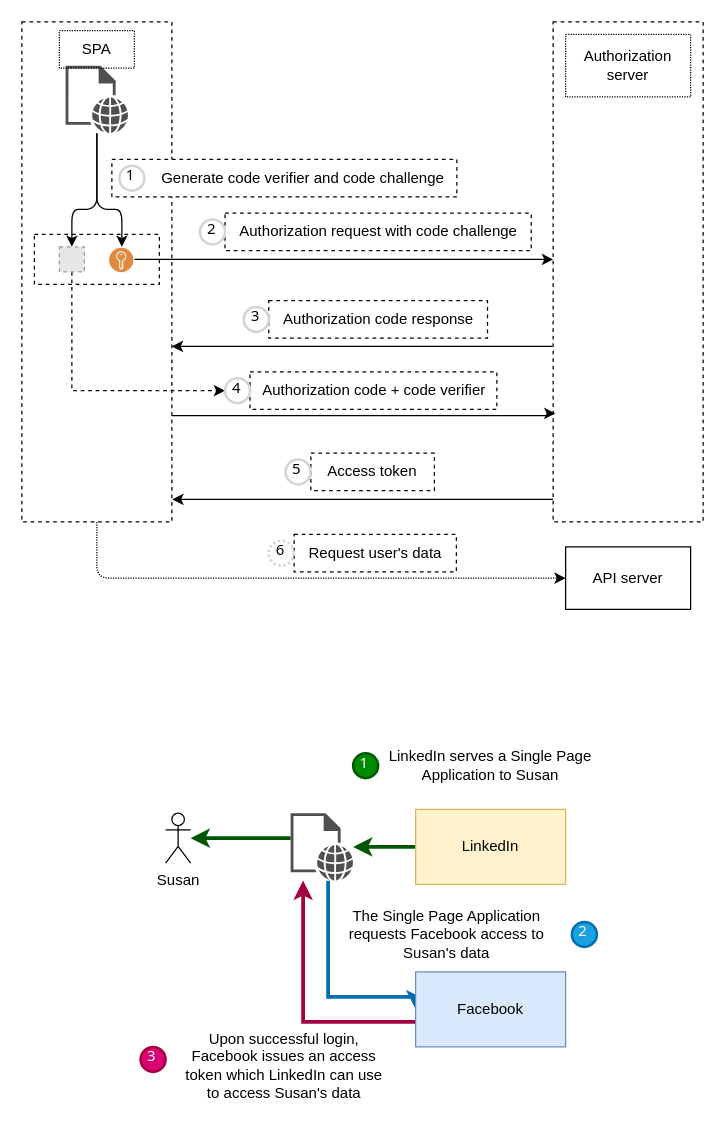
The draw.io diagram page "11.3" (3 of 13) of ch11.drawio in abunuwas/microservices-apis-img, before the edit. Source tidied: cells renumbered, new cells numbered last; positions are measured from the earlier drawing's top-left corner, leaving out a move shared by most shapes. Both pictures are drawn from the tidied source at 125%, with x=0, y=0 at pixel (21, 21). Pictures stored in the file or linked from it are replaced by grey dashed boxes.
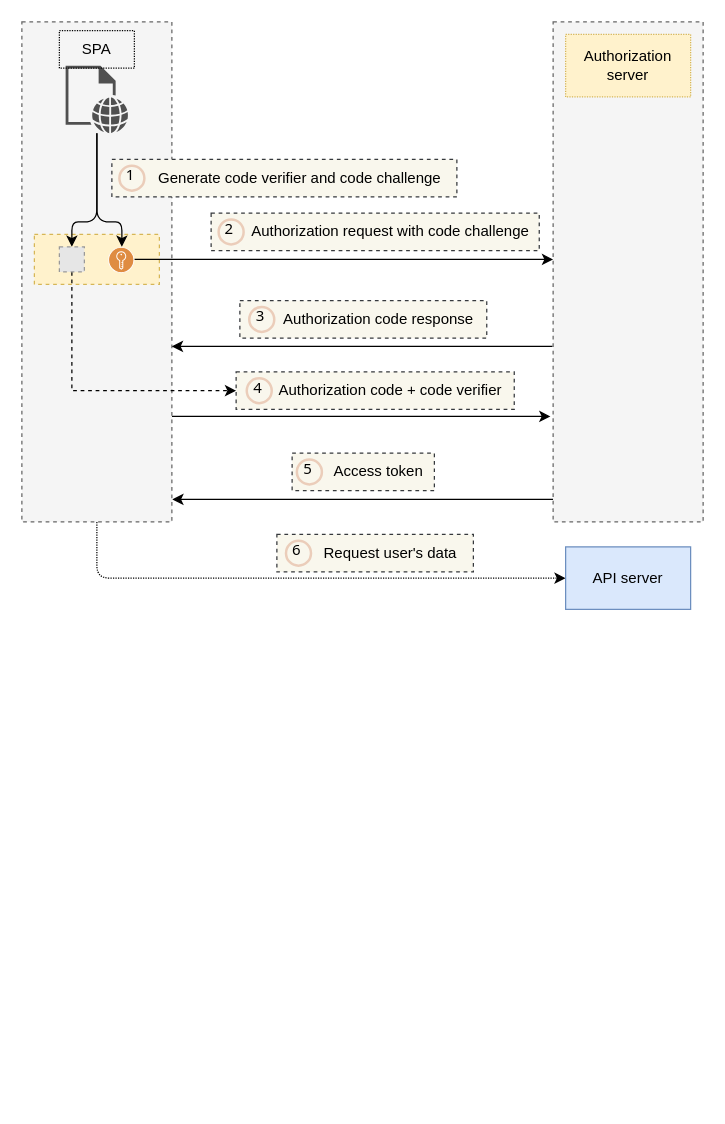
After the change.

Unchanged cells that the change refers to:
```xml
<mxCell id="24" style="sketch=0;shadow=0;dashed=0;html=1;strokeColor=none;fillColor=#505050;labelPosition=center;verticalLabelPosition=bottom;verticalAlign=top;outlineConnect=0;align=center;shape=mxgraph.office.concepts.web_page;" parent="1" vertex="1">
  <mxGeometry x="35" y="35" width="50" height="54" as="geometry" />
</mxCell>
<mxCell id="29" style="sketch=0;shadow=0;dashed=0;html=1;strokeColor=none;fillColor=#DF8C42;labelPosition=center;verticalLabelPosition=bottom;verticalAlign=top;align=center;outlineConnect=0;shape=mxgraph.veeam2.encrypted;" parent="1" vertex="1">
  <mxGeometry x="69" y="180" width="21" height="21" as="geometry" />
</mxCell>
<mxCell id="31" style="fillColor=#E6E6E6;strokeColor=#999999;dashed=1;html=1;verticalAlign=top;verticalLabelPosition=bottom;labelBackgroundColor=#ffffff;" parent="1" vertex="1">
  <mxGeometry x="30" y="180" width="20" height="20" as="geometry" />
</mxCell>
```

The edit, as a diff of the source:
```diff
@@
-    <mxCell id="3" style="rounded=0;whiteSpace=wrap;html=1;strokeColor=default;dashed=1;" parent="1" vertex="1">
+    <mxCell id="3" style="rounded=0;whiteSpace=wrap;html=1;strokeColor=#666666;dashed=1;fillColor=#f5f5f5;fontColor=#333333;" parent="1" vertex="1">
       <mxGeometry x="425" width="120" height="400" as="geometry" />
     </mxCell>
+    <mxCell id="5" style="edgeStyle=orthogonalEdgeStyle;rounded=1;jettySize=auto;html=1;entryX=0;entryY=0.5;entryDx=0;entryDy=0;dashed=1;dashPattern=1 1;" parent="1" edge="1" source="6" target="27">
+      <mxGeometry relative="1" as="geometry">
+        <Array as="points">
+          <mxPoint x="60" y="445" />
+        </Array>
+      </mxGeometry>
+    </mxCell>
-    <mxCell id="4" style="edgeStyle=orthogonalEdgeStyle;rounded=0;jettySize=auto;html=1;entryX=0.015;entryY=0.783;entryDx=0;entryDy=0;entryPerimeter=0;" parent="1" edge="1" source="6" target="3">
+    <mxCell id="4" style="edgeStyle=orthogonalEdgeStyle;rounded=1;jettySize=auto;html=1;entryX=-0.018;entryY=0.789;entryDx=0;entryDy=0;entryPerimeter=0;" parent="1" edge="1" source="6" target="3">
       <mxGeometry relative="1" as="geometry">
         <Array as="points">
-          <mxPoint x="421" y="315" />
-          <mxPoint x="421" y="313" />
+          <mxPoint x="272" y="316" />
         </Array>
       </mxGeometry>
     </mxCell>
-    <mxCell id="5" style="edgeStyle=orthogonalEdgeStyle;rounded=1;jettySize=auto;html=1;entryX=0;entryY=0.5;entryDx=0;entryDy=0;dashed=1;dashPattern=1 1;" parent="1" edge="1" source="6" target="27">
-      <mxGeometry relative="1" as="geometry">
-        <Array as="points">
-          <mxPoint x="60" y="445" />
-        </Array>
-      </mxGeometry>
-    </mxCell>
-    <mxCell id="6" style="rounded=0;whiteSpace=wrap;html=1;strokeColor=default;dashed=1;" parent="1" vertex="1">
+    <mxCell id="6" style="rounded=0;whiteSpace=wrap;html=1;strokeColor=#666666;dashed=1;fillColor=#f5f5f5;fontColor=#333333;" parent="1" vertex="1">
       <mxGeometry width="120" height="400" as="geometry" />
     </mxCell>
-    <mxCell id="7" style="rounded=0;whiteSpace=wrap;html=1;dashed=1;" parent="1" vertex="1">
+    <mxCell id="7" style="rounded=0;whiteSpace=wrap;html=1;dashed=1;fillColor=#fff2cc;strokeColor=#d6b656;" parent="1" vertex="1">
       <mxGeometry x="10" y="170" width="100" height="40" as="geometry" />
     </mxCell>
-    <mxCell id="8" value="Susan" style="shape=umlActor;verticalLabelPosition=bottom;verticalAlign=top;html=1;outlineConnect=0;" parent="1" vertex="1">
-      <mxGeometry x="115" y="633" width="20" height="40" as="geometry" />
-    </mxCell>
-    <mxCell id="9" style="edgeStyle=orthogonalEdgeStyle;rounded=0;jettySize=auto;html=1;strokeWidth=3;fillColor=#008a00;strokeColor=#005700;" parent="1" edge="1" source="10" target="13">
-      <mxGeometry relative="1" as="geometry" />
-    </mxCell>
-    <mxCell id="10" value="LinkedIn" style="rounded=0;whiteSpace=wrap;html=1;fillColor=#fff2cc;strokeColor=#d6b656;" parent="1" vertex="1">
-      <mxGeometry x="315" y="630" width="120" height="60" as="geometry" />
-    </mxCell>
-    <mxCell id="11" style="edgeStyle=orthogonalEdgeStyle;rounded=0;jettySize=auto;html=1;entryX=0;entryY=0.5;entryDx=0;entryDy=0;strokeWidth=3;fillColor=#1ba1e2;strokeColor=#006EAF;" parent="1" edge="1" source="13" target="15">
-      <mxGeometry relative="1" as="geometry">
-        <Array as="points">
-          <mxPoint x="245" y="780" />
-          <mxPoint x="315" y="780" />
-        </Array>
-      </mxGeometry>
-    </mxCell>
-    <mxCell id="12" style="edgeStyle=orthogonalEdgeStyle;rounded=0;jettySize=auto;html=1;strokeWidth=3;fillColor=#008a00;strokeColor=#005700;" parent="1" edge="1" source="13" target="8">
-      <mxGeometry relative="1" as="geometry">
-        <Array as="points">
-          <mxPoint x="195" y="653" />
-          <mxPoint x="195" y="653" />
-        </Array>
-      </mxGeometry>
-    </mxCell>
-    <mxCell id="13" style="sketch=0;shadow=0;dashed=0;html=1;strokeColor=none;fillColor=#505050;labelPosition=center;verticalLabelPosition=bottom;verticalAlign=top;outlineConnect=0;align=center;shape=mxgraph.office.concepts.web_page;" parent="1" vertex="1">
-      <mxGeometry x="215" y="633" width="50" height="54" as="geometry" />
-    </mxCell>
-    <mxCell id="14" style="edgeStyle=orthogonalEdgeStyle;rounded=0;jettySize=auto;html=1;strokeWidth=3;fillColor=#d80073;strokeColor=#A50040;" parent="1" edge="1" source="15" target="13">
-      <mxGeometry relative="1" as="geometry">
-        <Array as="points">
-          <mxPoint x="225" y="800" />
-        </Array>
-      </mxGeometry>
-    </mxCell>
-    <mxCell id="15" value="Facebook" style="rounded=0;whiteSpace=wrap;html=1;fillColor=#dae8fc;strokeColor=#6c8ebf;" parent="1" vertex="1">
-      <mxGeometry x="315" y="760" width="120" height="60" as="geometry" />
-    </mxCell>
-    <mxCell id="16" value="LinkedIn serves a Single Page Application to Susan" style="text;html=1;strokeColor=none;fillColor=none;align=center;verticalAlign=middle;whiteSpace=wrap;rounded=0;" parent="1" vertex="1">
-      <mxGeometry x="290" y="580" width="170" height="30" as="geometry" />
-    </mxCell>
-    <mxCell id="17" value="The Single Page Application requests Facebook access to Susan's data" style="text;html=1;strokeColor=none;fillColor=none;align=center;verticalAlign=middle;whiteSpace=wrap;rounded=0;" parent="1" vertex="1">
-      <mxGeometry x="255" y="715" width="170" height="30" as="geometry" />
-    </mxCell>
-    <mxCell id="18" value="Upon successful login, Facebook issues an access token which LinkedIn can use to access Susan's data" style="text;html=1;strokeColor=none;fillColor=none;align=center;verticalAlign=middle;whiteSpace=wrap;rounded=0;" parent="1" vertex="1">
-      <mxGeometry x="125" y="820" width="170" height="30" as="geometry" />
-    </mxCell>
-    <mxCell id="19" value="1" style="ellipse;whiteSpace=wrap;html=1;strokeWidth=2;fontFamily=Tahoma;spacingBottom=4;spacingRight=2;strokeColor=#005700;fillColor=#008a00;fontColor=#ffffff;" parent="1" vertex="1">
-      <mxGeometry x="265" y="585" width="20" height="20" as="geometry" />
-    </mxCell>
-    <mxCell id="20" value="2" style="ellipse;whiteSpace=wrap;html=1;strokeWidth=2;fontFamily=Tahoma;spacingBottom=4;spacingRight=2;strokeColor=#006EAF;fillColor=#1ba1e2;fontColor=#ffffff;" parent="1" vertex="1">
-      <mxGeometry x="440" y="720" width="20" height="20" as="geometry" />
-    </mxCell>
-    <mxCell id="21" value="3" style="ellipse;whiteSpace=wrap;html=1;strokeWidth=2;fontFamily=Tahoma;spacingBottom=4;spacingRight=2;strokeColor=#A50040;fillColor=#d80073;fontColor=#ffffff;" parent="1" vertex="1">
-      <mxGeometry x="95" y="820" width="20" height="20" as="geometry" />
-    </mxCell>
     <mxCell id="22" style="edgeStyle=orthogonalEdgeStyle;rounded=1;jettySize=auto;html=1;" parent="1" edge="1" source="24" target="31">
       <mxGeometry relative="1" as="geometry">
         <Array as="points">
-          <mxPoint x="60" y="150" />
-          <mxPoint x="40" y="150" />
+          <mxPoint x="60" y="160" />
+          <mxPoint x="40" y="160" />
         </Array>
       </mxGeometry>
     </mxCell>
     <mxCell id="23" style="edgeStyle=orthogonalEdgeStyle;rounded=1;jettySize=auto;html=1;" parent="1" edge="1" source="24" target="29">
       <mxGeometry relative="1" as="geometry">
         <Array as="points">
-          <mxPoint x="60" y="150" />
-          <mxPoint x="80" y="150" />
+          <mxPoint x="60" y="160" />
+          <mxPoint x="80" y="160" />
         </Array>
       </mxGeometry>
     </mxCell>
@@
-    <mxCell id="26" value="Authorization server" style="rounded=0;whiteSpace=wrap;html=1;dashed=1;dashPattern=1 1;" parent="1" vertex="1">
+    <mxCell id="26" value="Authorization server" style="rounded=0;whiteSpace=wrap;html=1;dashed=1;dashPattern=1 1;fillColor=#fff2cc;strokeColor=#d6b656;" parent="1" vertex="1">
       <mxGeometry x="435" y="10" width="100" height="50" as="geometry" />
     </mxCell>
-    <mxCell id="27" value="API server" style="rounded=0;whiteSpace=wrap;html=1;" parent="1" vertex="1">
+    <mxCell id="27" value="API server" style="rounded=0;whiteSpace=wrap;html=1;fillColor=#dae8fc;strokeColor=#6c8ebf;" parent="1" vertex="1">
       <mxGeometry x="435" y="420" width="100" height="50" as="geometry" />
     </mxCell>
@@
-    <mxCell id="30" style="edgeStyle=orthogonalEdgeStyle;rounded=0;jettySize=auto;html=1;entryX=0;entryY=0.5;entryDx=0;entryDy=0;dashed=1;" parent="1" edge="1" source="31" target="40">
+    <mxCell id="30" style="edgeStyle=orthogonalEdgeStyle;rounded=0;jettySize=auto;html=1;entryX=0;entryY=0.5;entryDx=0;entryDy=0;dashed=1;" parent="1" edge="1" source="31" target="39">
       <mxGeometry relative="1" as="geometry">
         <Array as="points">
           <mxPoint x="40" y="295" />
         </Array>
       </mxGeometry>
     </mxCell>
@@
-    <mxCell id="33" value="Generate code verifier and code challenge" style="text;html=1;strokeColor=default;fillColor=default;align=center;verticalAlign=middle;whiteSpace=wrap;rounded=0;dashed=1;spacingLeft=30;" parent="1" vertex="1">
+    <mxCell id="33" value="Generate code verifier and code challenge" style="text;html=1;strokeColor=#36393d;fillColor=#f9f7ed;align=center;verticalAlign=middle;whiteSpace=wrap;rounded=0;dashed=1;spacingLeft=25;" parent="1" vertex="1">
       <mxGeometry x="72" y="110" width="276" height="30" as="geometry" />
     </mxCell>
-    <mxCell id="34" value="1" style="ellipse;whiteSpace=wrap;html=1;strokeWidth=2;fontFamily=Tahoma;spacingBottom=4;spacingRight=2;strokeColor=#d3d3d3;" parent="1" vertex="1">
+    <mxCell id="34" value="1" style="ellipse;whiteSpace=wrap;html=1;strokeWidth=2;fontFamily=Tahoma;spacingBottom=4;spacingRight=2;strokeColor=#EBCDBA;fillColor=#f9f7ed;" parent="1" vertex="1">
       <mxGeometry x="78" y="115" width="20" height="20" as="geometry" />
     </mxCell>
-    <mxCell id="35" value="Authorization request with code challenge" style="text;html=1;strokeColor=default;fillColor=none;align=center;verticalAlign=middle;whiteSpace=wrap;rounded=0;dashed=1;" parent="1" vertex="1">
-      <mxGeometry x="162.5" y="153" width="245" height="30" as="geometry" />
+    <mxCell id="35" value="Authorization request with code challenge" style="text;html=1;strokeColor=#36393d;fillColor=#f9f7ed;align=center;verticalAlign=middle;whiteSpace=wrap;rounded=0;dashed=1;spacingLeft=25;" parent="1" vertex="1">
+      <mxGeometry x="151.4" y="153" width="262.5" height="30" as="geometry" />
     </mxCell>
-    <mxCell id="36" value="2" style="ellipse;whiteSpace=wrap;html=1;strokeWidth=2;fontFamily=Tahoma;spacingBottom=4;spacingRight=2;strokeColor=#d3d3d3;" parent="1" vertex="1">
-      <mxGeometry x="142.5" y="158" width="20" height="20" as="geometry" />
+    <mxCell id="36" value="2" style="ellipse;whiteSpace=wrap;html=1;strokeWidth=2;fontFamily=Tahoma;spacingBottom=4;spacingRight=2;strokeColor=#EBCDBA;fillColor=#f9f7ed;" parent="1" vertex="1">
+      <mxGeometry x="157.4" y="158" width="20" height="20" as="geometry" />
     </mxCell>
-    <mxCell id="37" value="Authorization code response" style="text;html=1;strokeColor=default;fillColor=none;align=center;verticalAlign=middle;whiteSpace=wrap;rounded=0;dashed=1;" parent="1" vertex="1">
-      <mxGeometry x="197.5" y="223" width="175" height="30" as="geometry" />
+    <mxCell id="37" value="Authorization code response" style="text;html=1;strokeColor=#36393d;fillColor=#f9f7ed;align=center;verticalAlign=middle;whiteSpace=wrap;rounded=0;dashed=1;spacingLeft=25;" parent="1" vertex="1">
+      <mxGeometry x="174.4" y="223" width="197.5" height="30" as="geometry" />
     </mxCell>
-    <mxCell id="38" value="3" style="ellipse;whiteSpace=wrap;html=1;strokeWidth=2;fontFamily=Tahoma;spacingBottom=4;spacingRight=2;strokeColor=#d3d3d3;" parent="1" vertex="1">
-      <mxGeometry x="177.5" y="228" width="20" height="20" as="geometry" />
+    <mxCell id="38" value="3" style="ellipse;whiteSpace=wrap;html=1;strokeWidth=2;fontFamily=Tahoma;spacingBottom=4;spacingRight=2;strokeColor=#EBCDBA;fillColor=#f9f7ed;" parent="1" vertex="1">
+      <mxGeometry x="181.9" y="228" width="20" height="20" as="geometry" />
     </mxCell>
-    <mxCell id="39" value="Authorization code + code verifier" style="text;html=1;strokeColor=default;fillColor=none;align=center;verticalAlign=middle;whiteSpace=wrap;rounded=0;dashed=1;" parent="1" vertex="1">
-      <mxGeometry x="182.5" y="280" width="197.5" height="30" as="geometry" />
+    <mxCell id="39" value="Authorization code + code verifier" style="text;html=1;strokeColor=#36393d;fillColor=#f9f7ed;align=center;verticalAlign=middle;whiteSpace=wrap;rounded=0;dashed=1;spacingLeft=25;" parent="1" vertex="1">
+      <mxGeometry x="171.4" y="280" width="222.5" height="30" as="geometry" />
     </mxCell>
-    <mxCell id="40" value="4" style="ellipse;whiteSpace=wrap;html=1;strokeWidth=2;fontFamily=Tahoma;spacingBottom=4;spacingRight=2;strokeColor=#d3d3d3;" parent="1" vertex="1">
-      <mxGeometry x="162.5" y="285" width="20" height="20" as="geometry" />
+    <mxCell id="40" value="4" style="ellipse;whiteSpace=wrap;html=1;strokeWidth=2;fontFamily=Tahoma;spacingBottom=4;spacingRight=2;strokeColor=#EBCDBA;fillColor=#f9f7ed;" parent="1" vertex="1">
+      <mxGeometry x="179.9" y="285" width="20" height="20" as="geometry" />
     </mxCell>
-    <mxCell id="41" value="Access token" style="text;html=1;strokeColor=default;fillColor=none;align=center;verticalAlign=middle;whiteSpace=wrap;rounded=0;dashed=1;" parent="1" vertex="1">
-      <mxGeometry x="231.2" y="345" width="98.8" height="30" as="geometry" />
+    <mxCell id="41" value="Access token" style="text;html=1;strokeColor=#36393d;fillColor=#f9f7ed;align=center;verticalAlign=middle;whiteSpace=wrap;rounded=0;dashed=1;spacingLeft=25;" parent="1" vertex="1">
+      <mxGeometry x="216.2" y="345" width="113.8" height="30" as="geometry" />
     </mxCell>
-    <mxCell id="42" value="5" style="ellipse;whiteSpace=wrap;html=1;strokeWidth=2;fontFamily=Tahoma;spacingBottom=4;spacingRight=2;strokeColor=#d3d3d3;" parent="1" vertex="1">
-      <mxGeometry x="211" y="350" width="20" height="20" as="geometry" />
+    <mxCell id="42" value="5" style="ellipse;whiteSpace=wrap;html=1;strokeWidth=2;fontFamily=Tahoma;spacingBottom=4;spacingRight=2;strokeColor=#EBCDBA;fillColor=#f9f7ed;" parent="1" vertex="1">
+      <mxGeometry x="220" y="350" width="20" height="20" as="geometry" />
     </mxCell>
-    <mxCell id="43" value="Request user's data" style="text;html=1;strokeColor=default;fillColor=none;align=center;verticalAlign=middle;whiteSpace=wrap;rounded=0;dashed=1;" parent="1" vertex="1">
-      <mxGeometry x="217.8" y="410" width="129.8" height="30" as="geometry" />
+    <mxCell id="43" value="Request user's data" style="text;html=1;strokeColor=#36393d;fillColor=#f9f7ed;align=center;verticalAlign=middle;whiteSpace=wrap;rounded=0;dashed=1;spacingLeft=25;" parent="1" vertex="1">
+      <mxGeometry x="204" y="410" width="157.2" height="30" as="geometry" />
     </mxCell>
-    <mxCell id="44" value="6" style="ellipse;whiteSpace=wrap;html=1;strokeWidth=2;fontFamily=Tahoma;spacingBottom=4;spacingRight=2;strokeColor=#d3d3d3;dashed=1;dashPattern=1 1;" parent="1" vertex="1">
-      <mxGeometry x="197.5" y="415" width="20" height="20" as="geometry" />
+    <mxCell id="44" value="6" style="ellipse;whiteSpace=wrap;html=1;strokeWidth=2;fontFamily=Tahoma;spacingBottom=4;spacingRight=2;strokeColor=#EBCDBA;fillColor=#f9f7ed;" parent="1" vertex="1">
+      <mxGeometry x="211.3" y="415" width="20" height="20" as="geometry" />
     </mxCell>
```
